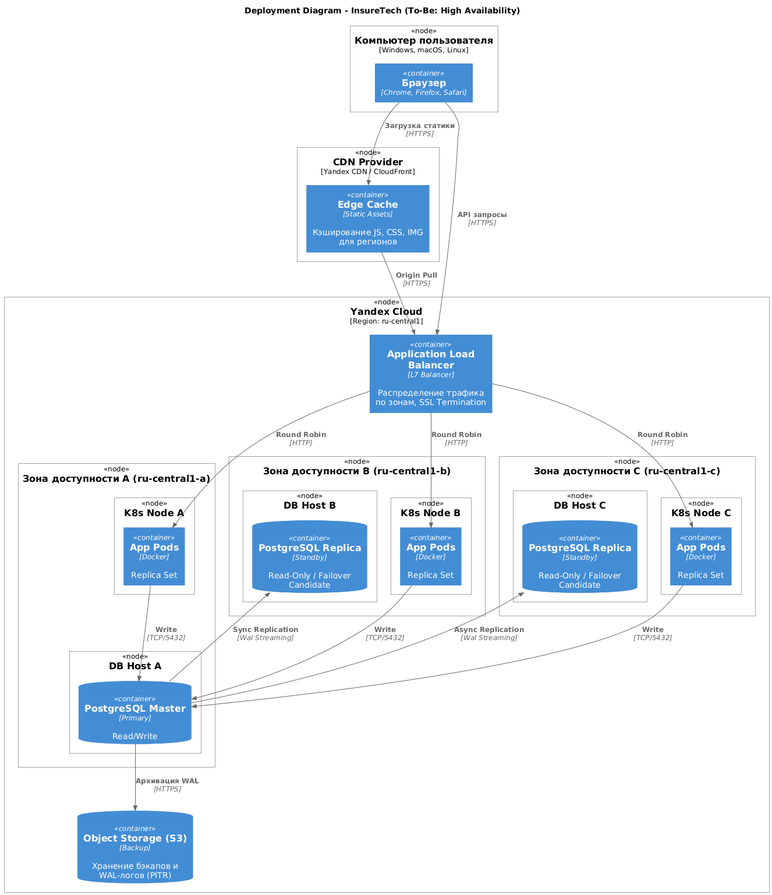
Before: Task1/InsureTech_Deployment_To-Be.png, a diagram exported from PlantUML (Manjago/architecture-insuretech).
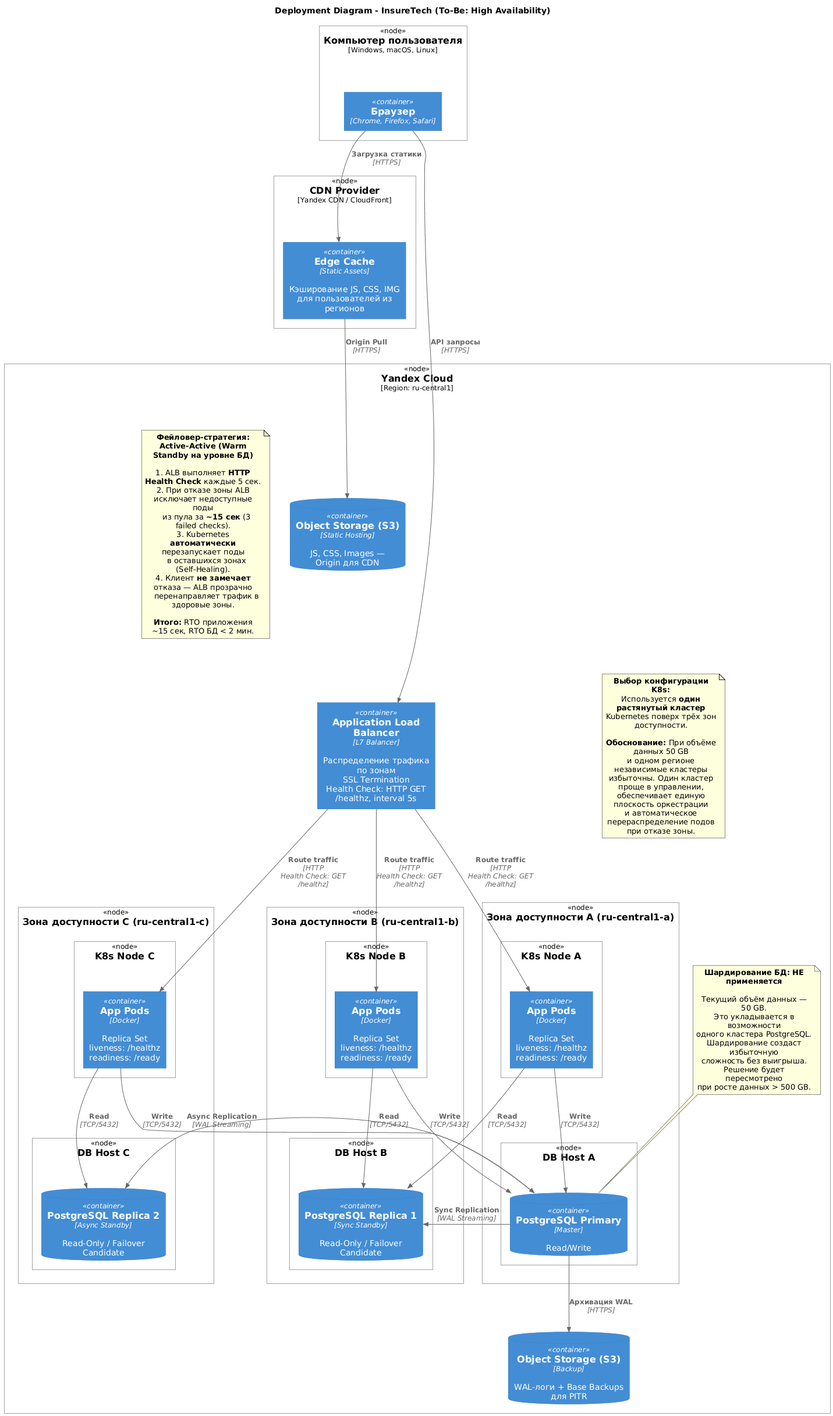
After the commit.

What changed in the source:
```diff
@@ -8,57 +8,108 @@
 }
 
 Deployment_Node(cdn_provider, "CDN Provider", "Yandex CDN / CloudFront") {
-    Container(cdn_cache, "Edge Cache", "Static Assets", "Кэширование JS, CSS, IMG для регионов")
+    Container(cdn_cache, "Edge Cache", "Static Assets", "Кэширование JS, CSS, IMG\nдля пользователей из регионов")
 }
 
 Deployment_Node(yandex_cloud, "Yandex Cloud", "Region: ru-central1") {
 
-    Container(alb, "Application Load Balancer", "L7 Balancer", "Распределение трафика по зонам, SSL Termination")
+    ContainerDb(s3_static, "Object Storage (S3)", "Static Hosting", "JS, CSS, Images —\nOrigin для CDN")
+
+    Container(alb, "Application Load Balancer", "L7 Balancer", "Распределение трафика по зонам\nSSL Termination\nHealth Check: HTTP GET /healthz, interval 5s")
+
+    note as k8s_note
+        **Выбор конфигурации K8s:**
+        Используется **один растянутый кластер**
+        Kubernetes поверх трёх зон доступности.
+
+        **Обоснование:** При объёме данных 50 GB
+        и одном регионе независимые кластеры
+        избыточны. Один кластер проще в управлении,
+        обеспечивает единую плоскость оркестрации
+        и автоматическое перераспределение подов
+        при отказе зоны.
+    end note
+
+    note as failover_note
+        **Фейловер-стратегия: Active-Active (Warm Standby на уровне БД)**
+
+        1. ALB выполняет **HTTP Health Check** каждые 5 сек.
+        2. При отказе зоны ALB исключает недоступные поды
+           из пула за **~15 сек** (3 failed checks).
+        3. Kubernetes **автоматически** перезапускает поды
+           в оставшихся зонах (Self-Healing).
+        4. Клиент **не замечает** отказа — ALB прозрачно
+           перенаправляет трафик в здоровые зоны.
+
+        **Итого:** RTO приложения ~15 сек, RTO БД < 2 мин.
+    end note
+
+    note as sharding_note
+        **Шардирование БД: НЕ применяется**
+
+        Текущий объём данных — 50 GB.
+        Это укладывается в возможности
+        одного кластера PostgreSQL.
+        Шардирование создаст избыточную
+        сложность без выигрыша.
+        Решение будет пересмотрено
+        при росте данных > 500 GB.
+    end note
 
     Deployment_Node(zone_a, "Зона доступности A (ru-central1-a)") {
         Deployment_Node(k8s_node_a, "K8s Node A") {
-            Container(app_pod_a, "App Pods", "Docker", "Replica Set")
+            Container(app_pod_a, "App Pods", "Docker", "Replica Set\nliveness: /healthz\nreadiness: /ready")
         }
         Deployment_Node(db_vm_a, "DB Host A") {
-            ContainerDb(pg_master, "PostgreSQL Master", "Primary", "Read/Write")
+            ContainerDb(pg_master, "PostgreSQL Primary", "Master", "Read/Write")
         }
     }
 
     Deployment_Node(zone_b, "Зона доступности B (ru-central1-b)") {
         Deployment_Node(k8s_node_b, "K8s Node B") {
-            Container(app_pod_b, "App Pods", "Docker", "Replica Set")
+            Container(app_pod_b, "App Pods", "Docker", "Replica Set\nliveness: /healthz\nreadiness: /ready")
         }
         Deployment_Node(db_vm_b, "DB Host B") {
-            ContainerDb(pg_replica_1, "PostgreSQL Replica", "Standby", "Read-Only / Failover Candidate")
+            ContainerDb(pg_replica_1, "PostgreSQL Replica 1", "Sync Standby", "Read-Only / Failover Candidate")
         }
     }
 
     Deployment_Node(zone_c, "Зона доступности C (ru-central1-c)") {
         Deployment_Node(k8s_node_c, "K8s Node C") {
-            Container(app_pod_c, "App Pods", "Docker", "Replica Set")
+            Container(app_pod_c, "App Pods", "Docker", "Replica Set\nliveness: /healthz\nreadiness: /ready")
         }
         Deployment_Node(db_vm_c, "DB Host C") {
-            ContainerDb(pg_replica_2, "PostgreSQL Replica", "Standby", "Read-Only / Failover Candidate")
+            ContainerDb(pg_replica_2, "PostgreSQL Replica 2", "Async Standby", "Read-Only / Failover Candidate")
         }
     }
 
-    ContainerDb(s3_backup, "Object Storage (S3)", "Backup", "Хранение бэкапов и WAL-логов (PITR)")
+    ContainerDb(s3_backup, "Object Storage (S3)", "Backup", "WAL-логи + Base Backups\nдля PITR")
 }
+
 
 Rel(browser, cdn_cache, "Загрузка статики", "HTTPS")
 Rel(browser, alb, "API запросы", "HTTPS")
-Rel(cdn_cache, alb, "Origin Pull", "HTTPS")
 
-Rel(alb, app_pod_a, "Round Robin", "HTTP")
-Rel(alb, app_pod_b, "Round Robin", "HTTP")
-Rel(alb, app_pod_c, "Round Robin", "HTTP")
+Rel(cdn_cache, s3_static, "Origin Pull", "HTTPS")
+
+Rel(alb, app_pod_a, "Route traffic", "HTTP\nHealth Check: GET /healthz")
+Rel(alb, app_pod_b, "Route traffic", "HTTP\nHealth Check: GET /healthz")
+Rel(alb, app_pod_c, "Route traffic", "HTTP\nHealth Check: GET /healthz")
 
 Rel(app_pod_a, pg_master, "Write", "TCP/5432")
 Rel(app_pod_b, pg_master, "Write", "TCP/5432")
 Rel(app_pod_c, pg_master, "Write", "TCP/5432")
 
-Rel(pg_master, pg_replica_1, "Sync Replication", "Wal Streaming")
-Rel(pg_master, pg_replica_2, "Async Replication", "Wal Streaming")
+Rel(app_pod_a, pg_replica_1, "Read", "TCP/5432")
+Rel(app_pod_b, pg_replica_1, "Read", "TCP/5432")
+Rel(app_pod_c, pg_replica_2, "Read", "TCP/5432")
+
+Rel(pg_master, pg_replica_1, "Sync Replication", "WAL Streaming")
+Rel(pg_master, pg_replica_2, "Async Replication", "WAL Streaming")
 
 Rel(pg_master, s3_backup, "Архивация WAL", "HTTPS")
+
+k8s_note -[hidden]-> zone_a
+failover_note -[hidden]-> alb
+sharding_note -[hidden]-> pg_master
 @enduml
```
